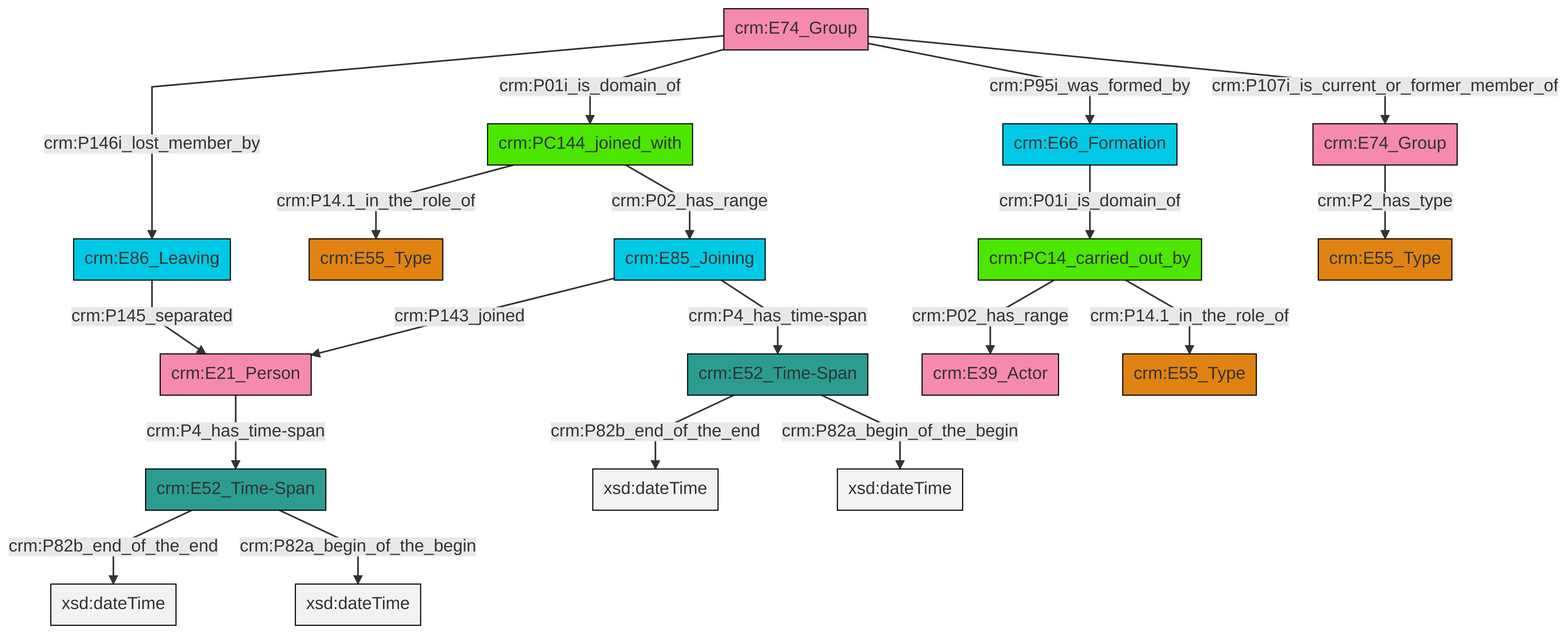
swiss-art-research-net/docs.swissartresearch keeps this Mermaid diagram as et/groupCSV/ttl/mmd/png/group_actor_relations.png. Above is the earlier version. Its source is kept beside it as et/groupCSV/ttl/mmd/group_actor_relations.ttl.mmd.
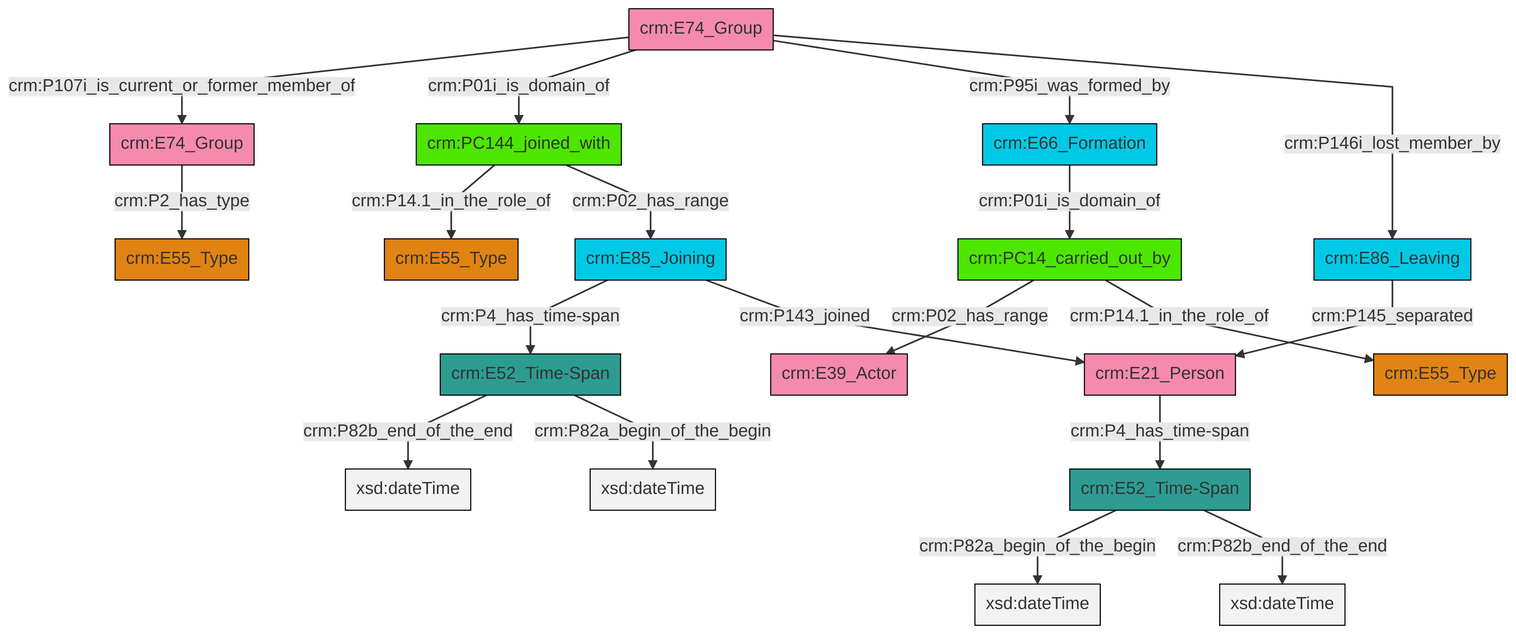
Above is the later version.

Change to the diagram source:
```diff
@@ -13,21 +13,21 @@
 classDef PC_Classes fill:#4ce600, stroke:#000000;
 classDef Multi fill:#cccccc,stroke:#000000;
 
-0["crm:E52_Time-Span"]:::Time-Span -->|crm:P82b_end_of_the_end| 4[xsd:dateTime]:::Literal
-5["crm:E52_Time-Span"]:::Time-Span -->|crm:P82b_end_of_the_end| 6[xsd:dateTime]:::Literal
-5["crm:E52_Time-Span"]:::Time-Span -->|crm:P82a_begin_of_the_begin| 7[xsd:dateTime]:::Literal
-12["crm:E21_Person"]:::Actor -->|crm:P4_has_time-span| 5["crm:E52_Time-Span"]:::Time-Span
-8["crm:E74_Group"]:::Actor -->|crm:P146i_lost_member_by| 15["crm:E86_Leaving"]:::Temporal_Entity
-10["crm:PC144_joined_with"]:::PC_Classes -->|crm:P14.1_in_the_role_of| 16["crm:E55_Type"]:::Type
-20["crm:E85_Joining"]:::Temporal_Entity -->|crm:P143_joined| 12["crm:E21_Person"]:::Actor
-8["crm:E74_Group"]:::Actor -->|crm:P01i_is_domain_of| 10["crm:PC144_joined_with"]:::PC_Classes
-22["crm:E74_Group"]:::Actor -->|crm:P2_has_type| 18["crm:E55_Type"]:::Type
-13["crm:E66_Formation"]:::Temporal_Entity -->|crm:P01i_is_domain_of| 23["crm:PC14_carried_out_by"]:::PC_Classes
-20["crm:E85_Joining"]:::Temporal_Entity -->|crm:P4_has_time-span| 0["crm:E52_Time-Span"]:::Time-Span
-15["crm:E86_Leaving"]:::Temporal_Entity -->|crm:P145_separated| 12["crm:E21_Person"]:::Actor
-8["crm:E74_Group"]:::Actor -->|crm:P95i_was_formed_by| 13["crm:E66_Formation"]:::Temporal_Entity
-0["crm:E52_Time-Span"]:::Time-Span -->|crm:P82a_begin_of_the_begin| 25[xsd:dateTime]:::Literal
-8["crm:E74_Group"]:::Actor -->|crm:P107i_is_current_or_former_member_of| 22["crm:E74_Group"]:::Actor
-23["crm:PC14_carried_out_by"]:::PC_Classes -->|crm:P02_has_range| 30["crm:E39_Actor"]:::Actor
-23["crm:PC14_carried_out_by"]:::PC_Classes -->|crm:P14.1_in_the_role_of| 2["crm:E55_Type"]:::Type
-10["crm:PC144_joined_with"]:::PC_Classes -->|crm:P02_has_range| 20["crm:E85_Joining"]:::Temporal_Entity
+2["crm:E52_Time-Span"]:::Time-Span -->|crm:P82b_end_of_the_end| 3[xsd:dateTime]:::Literal
+4["crm:PC14_carried_out_by"]:::PC_Classes -->|crm:P02_has_range| 5["crm:E39_Actor"]:::Actor
+9["crm:E74_Group"]:::Actor -->|crm:P2_has_type| 11["crm:E55_Type"]:::Type
+2["crm:E52_Time-Span"]:::Time-Span -->|crm:P82a_begin_of_the_begin| 13[xsd:dateTime]:::Literal
+14["crm:E74_Group"]:::Actor -->|crm:P107i_is_current_or_former_member_of| 9["crm:E74_Group"]:::Actor
+15["crm:E85_Joining"]:::Temporal_Entity -->|crm:P4_has_time-span| 2["crm:E52_Time-Span"]:::Time-Span
+16["crm:E66_Formation"]:::Temporal_Entity -->|crm:P01i_is_domain_of| 4["crm:PC14_carried_out_by"]:::PC_Classes
+4["crm:PC14_carried_out_by"]:::PC_Classes -->|crm:P14.1_in_the_role_of| 17["crm:E55_Type"]:::Type
+19["crm:E86_Leaving"]:::Temporal_Entity -->|crm:P145_separated| 20["crm:E21_Person"]:::Actor
+0["crm:E52_Time-Span"]:::Time-Span -->|crm:P82a_begin_of_the_begin| 24[xsd:dateTime]:::Literal
+14["crm:E74_Group"]:::Actor -->|crm:P01i_is_domain_of| 22["crm:PC144_joined_with"]:::PC_Classes
+0["crm:E52_Time-Span"]:::Time-Span -->|crm:P82b_end_of_the_end| 28[xsd:dateTime]:::Literal
+22["crm:PC144_joined_with"]:::PC_Classes -->|crm:P14.1_in_the_role_of| 6["crm:E55_Type"]:::Type
+22["crm:PC144_joined_with"]:::PC_Classes -->|crm:P02_has_range| 15["crm:E85_Joining"]:::Temporal_Entity
+20["crm:E21_Person"]:::Actor -->|crm:P4_has_time-span| 0["crm:E52_Time-Span"]:::Time-Span
+14["crm:E74_Group"]:::Actor -->|crm:P95i_was_formed_by| 16["crm:E66_Formation"]:::Temporal_Entity
+15["crm:E85_Joining"]:::Temporal_Entity -->|crm:P143_joined| 20["crm:E21_Person"]:::Actor
+14["crm:E74_Group"]:::Actor -->|crm:P146i_lost_member_by| 19["crm:E86_Leaving"]:::Temporal_Entity
```
